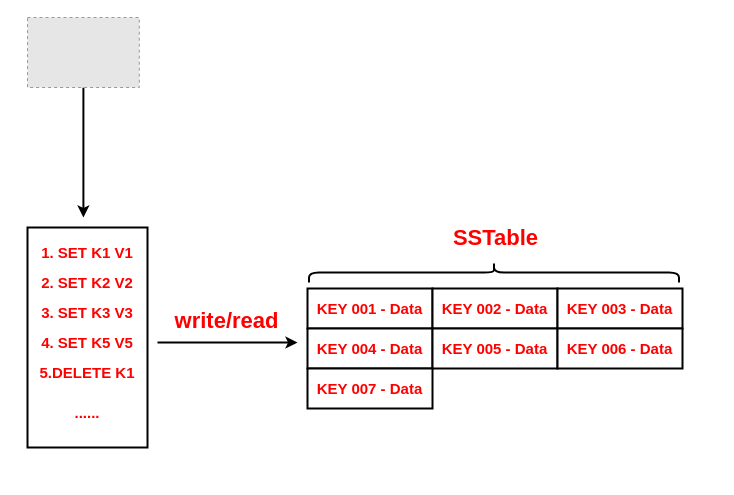
The draw.io diagram sstabls-wal.drawio in auula/draw.io, before the edit. Source tidied: cells renumbered, new cells numbered last; positions are measured from the earlier drawing's top-left corner, leaving out a move shared by most shapes. Both pictures are drawn from the tidied source at 100%, with x=0, y=0 at pixel (17, 17). Pictures stored in the file or linked from it are replaced by grey dashed boxes.
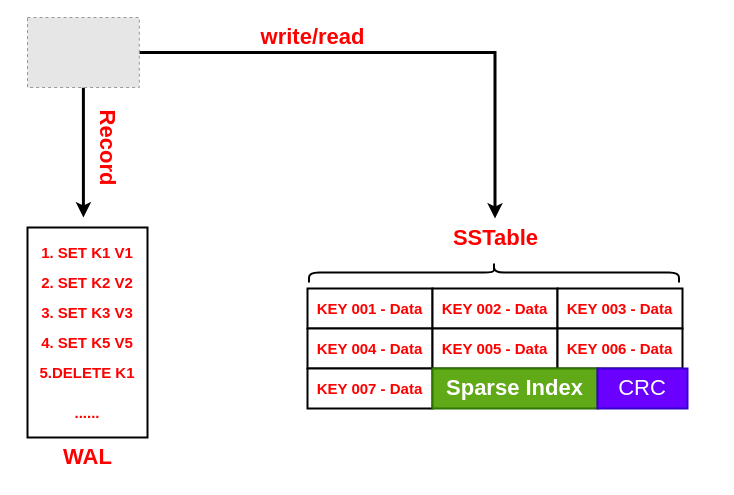
Above is the later version.

Unchanged cells that the change refers to:
```xml
<mxCell id="7" value="&lt;b&gt;&lt;font color=&quot;#ff0000&quot; style=&quot;font-size: 15px;&quot;&gt;4. SET K5 V5&lt;/font&gt;&lt;/b&gt;" style="text;html=1;strokeColor=none;fillColor=none;align=center;verticalAlign=middle;whiteSpace=wrap;rounded=0;" parent="1" vertex="1">
  <mxGeometry y="310" width="140" height="30" as="geometry" />
</mxCell>
<mxCell id="19" value="&lt;b&gt;&lt;font style=&quot;font-size: 22px;&quot;&gt;SSTable&lt;/font&gt;&lt;/b&gt;" style="text;html=1;align=center;verticalAlign=middle;points=[];strokeColor=none;fillColor=none;fontSize=15;fontColor=#FF0000;" parent="1" vertex="1">
  <mxGeometry x="422.5" y="201" width="110" height="40" as="geometry" />
</mxCell>
<mxCell id="21" style="fillColor=#E6E6E6;strokeColor=#999999;dashed=1;verticalLabelPosition=bottom;labelBackgroundColor=#ffffff;verticalAlign=top;fontSize=22;fontColor=#FF0000;" parent="1" vertex="1">
  <mxGeometry x="10" width="111.8" height="70" as="geometry" />
</mxCell>
```

What changed in the source:
```diff
@@
     <mxCell id="2" style="rounded=0;whiteSpace=wrap;html=1;strokeWidth=2;" parent="1" vertex="1">
-      <mxGeometry x="10" y="210" width="120" height="220" as="geometry" />
+      <mxGeometry x="10" y="210" width="120" height="210" as="geometry" />
     </mxCell>
@@
-    <mxCell id="6" style="edgeStyle=orthogonalEdgeStyle;rounded=0;jettySize=auto;html=1;fontSize=22;fontColor=#FF0000;strokeWidth=2;" parent="1" edge="1" source="7">
-      <mxGeometry relative="1" as="geometry">
-        <mxPoint x="280" y="325" as="targetPoint" />
-      </mxGeometry>
-    </mxCell>
@@
     <mxCell id="10" style="group;" parent="1" vertex="1">
-      <mxGeometry x="290" y="271" width="375" height="120" as="geometry" />
+      <mxGeometry x="290" y="271" width="410" height="159" as="geometry" />
     </mxCell>
@@
+    <mxCell id="23" value="&lt;b&gt;Sparse Index&lt;/b&gt;" style="rounded=0;whiteSpace=wrap;html=1;fontSize=22;fontColor=#ffffff;strokeWidth=2;fillColor=#60a917;strokeColor=#2D7600;" parent="10" vertex="1">
+      <mxGeometry x="125" y="80" width="165" height="40" as="geometry" />
+    </mxCell>
+    <mxCell id="24" value="CRC" style="rounded=0;whiteSpace=wrap;html=1;fontSize=22;fontColor=#ffffff;strokeWidth=2;fillColor=#6a00ff;strokeColor=#3700CC;" parent="10" vertex="1">
+      <mxGeometry x="290" y="80" width="90" height="40" as="geometry" />
+    </mxCell>
@@
-    <mxCell id="20" style="edgeStyle=orthogonalEdgeStyle;rounded=0;jettySize=auto;html=1;fontSize=22;fontColor=#FF0000;strokeWidth=2;" parent="1" edge="1" source="21">
-      <mxGeometry relative="1" as="geometry">
-        <mxPoint x="65.9" y="200" as="targetPoint" />
-      </mxGeometry>
-    </mxCell>
+    <mxCell id="25" style="edgeStyle=orthogonalEdgeStyle;rounded=0;jettySize=auto;html=1;fontSize=22;fontColor=#FF0000;strokeWidth=3;" parent="1" edge="1" source="21">
+      <mxGeometry relative="1" as="geometry">
+        <mxPoint x="65.9" y="200" as="targetPoint" />
+      </mxGeometry>
+    </mxCell>
+    <mxCell id="26" style="edgeStyle=orthogonalEdgeStyle;rounded=0;jettySize=auto;html=1;fontSize=22;fontColor=#FF0000;strokeWidth=3;" parent="1" edge="1" source="21" target="19">
+      <mxGeometry relative="1" as="geometry" />
+    </mxCell>
@@
     <mxCell id="22" value="&lt;b&gt;write/read&lt;/b&gt;" style="text;html=1;align=center;verticalAlign=middle;strokeColor=none;fillColor=none;fontSize=22;fontColor=#FF0000;" parent="1" vertex="1">
-      <mxGeometry x="144" y="284" width="130" height="40" as="geometry" />
+      <mxGeometry x="230" width="130" height="40" as="geometry" />
     </mxCell>
+    <mxCell id="27" value="&lt;b&gt;WAL&lt;/b&gt;" style="text;html=1;align=center;verticalAlign=middle;strokeColor=none;fillColor=none;fontSize=22;fontColor=#FF0000;" parent="1" vertex="1">
+      <mxGeometry x="35" y="420" width="70" height="40" as="geometry" />
+    </mxCell>
+    <mxCell id="28" value="&lt;b&gt;Record&lt;/b&gt;" style="text;html=1;align=center;verticalAlign=middle;strokeColor=none;fillColor=none;fontSize=22;fontColor=#FF0000;rotation=90;" parent="1" vertex="1">
+      <mxGeometry x="40" y="110" width="100" height="40" as="geometry" />
+    </mxCell>
```
